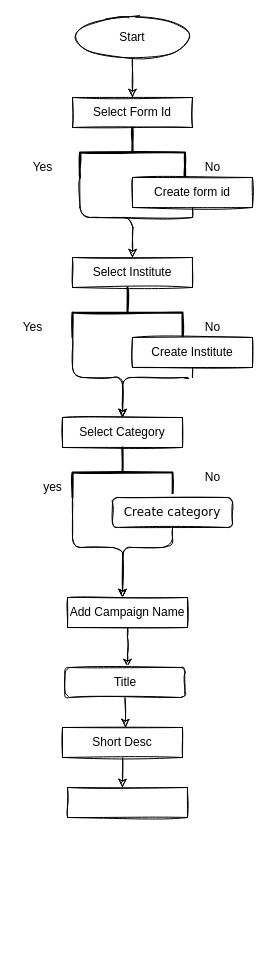
Before: Untitled Diagram.drawio in snehalhude/my_office_v2, a draw.io diagram. Source tidied: cells renumbered, new cells numbered last; positions are measured from the earlier drawing's top-left corner, leaving out a move shared by most shapes. Both pictures are drawn from the tidied source at 100%, with x=0, y=0 at pixel (17, 17).
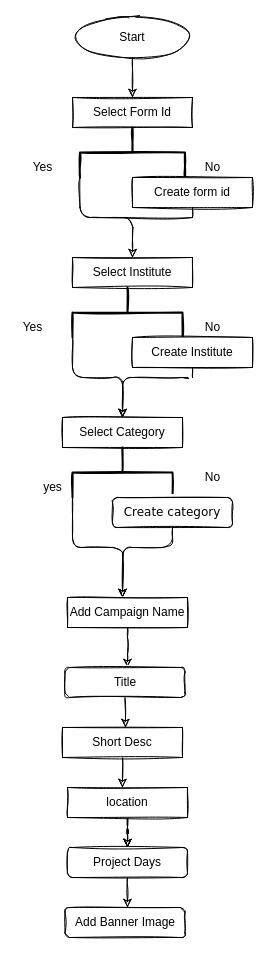
The same diagram, later.

The change refers to these unchanged cells:
```xml
<mxCell id="30" value="Title" style="rounded=1;whiteSpace=wrap;html=1;sketch=1;" parent="1" vertex="1">
  <mxGeometry x="47.5" y="650" width="120" height="30" as="geometry" />
</mxCell>
<mxCell id="32" value="Short Desc" style="whiteSpace=wrap;html=1;rounded=0;sketch=1;" parent="1" vertex="1">
  <mxGeometry x="45" y="710" width="120" height="30" as="geometry" />
</mxCell>
```

Diff of the diagram source:
```diff
@@
-    <mxCell id="29" style="edgeStyle=orthogonalEdgeStyle;curved=0;rounded=1;sketch=1;jettySize=auto;html=1;exitX=0.5;exitY=1;exitDx=0;exitDy=0;" parent="1" edge="1" source="30">
+    <mxCell id="29" style="edgeStyle=orthogonalEdgeStyle;curved=0;rounded=1;jettySize=auto;html=1;exitX=0.5;exitY=1;exitDx=0;exitDy=0;sketch=1;" parent="1" edge="1" source="30">
       <mxGeometry relative="1" as="geometry">
         <mxPoint x="108" y="710" as="targetPoint" />
       </mxGeometry>
     </mxCell>
@@
-    <mxCell id="31" style="edgeStyle=orthogonalEdgeStyle;curved=0;rounded=1;sketch=1;jettySize=auto;html=1;exitX=0.5;exitY=1;exitDx=0;exitDy=0;" parent="1" edge="1" source="32">
+    <mxCell id="31" style="edgeStyle=orthogonalEdgeStyle;curved=0;rounded=1;jettySize=auto;html=1;exitX=0.5;exitY=1;exitDx=0;exitDy=0;sketch=1;" parent="1" edge="1" source="32">
       <mxGeometry relative="1" as="geometry">
         <mxPoint x="105" y="770" as="targetPoint" />
       </mxGeometry>
     </mxCell>
@@
+    <mxCell id="34" style="edgeStyle=orthogonalEdgeStyle;curved=0;rounded=1;jettySize=auto;html=1;exitX=0.5;exitY=1;exitDx=0;exitDy=0;sketch=1;" parent="1" edge="1" source="33" target="36">
+      <mxGeometry relative="1" as="geometry" />
+    </mxCell>
+    <mxCell id="35" style="edgeStyle=orthogonalEdgeStyle;curved=0;rounded=1;jettySize=auto;html=1;sketch=1;" parent="1" edge="1" source="33" target="36">
+      <mxGeometry relative="1" as="geometry" />
+    </mxCell>
-    <mxCell id="33" style="whiteSpace=wrap;html=1;rounded=0;sketch=1;" parent="1" vertex="1">
+    <mxCell id="33" value="location" style="whiteSpace=wrap;html=1;rounded=0;sketch=1;" parent="1" vertex="1">
       <mxGeometry x="50" y="770" width="120" height="30" as="geometry" />
     </mxCell>
+    <mxCell id="36" value="&lt;div style=&quot;text-align: left&quot;&gt;Project Days&lt;/div&gt;" style="rounded=1;whiteSpace=wrap;html=1;sketch=1;" parent="1" vertex="1">
+      <mxGeometry x="50" y="830" width="120" height="30" as="geometry" />
+    </mxCell>
+    <mxCell id="37" style="endArrow=classic;html=1;exitX=0.5;exitY=1;exitDx=0;exitDy=0;sketch=1;" parent="1" edge="1" source="36">
+      <mxGeometry relative="1" as="geometry">
+        <mxPoint x="110" y="890" as="targetPoint" />
+      </mxGeometry>
+    </mxCell>
+    <mxCell id="38" value="Add Banner Image" style="rounded=1;whiteSpace=wrap;html=1;sketch=1;" parent="1" vertex="1">
+      <mxGeometry x="47.5" y="890" width="120" height="30" as="geometry" />
+    </mxCell>
```
